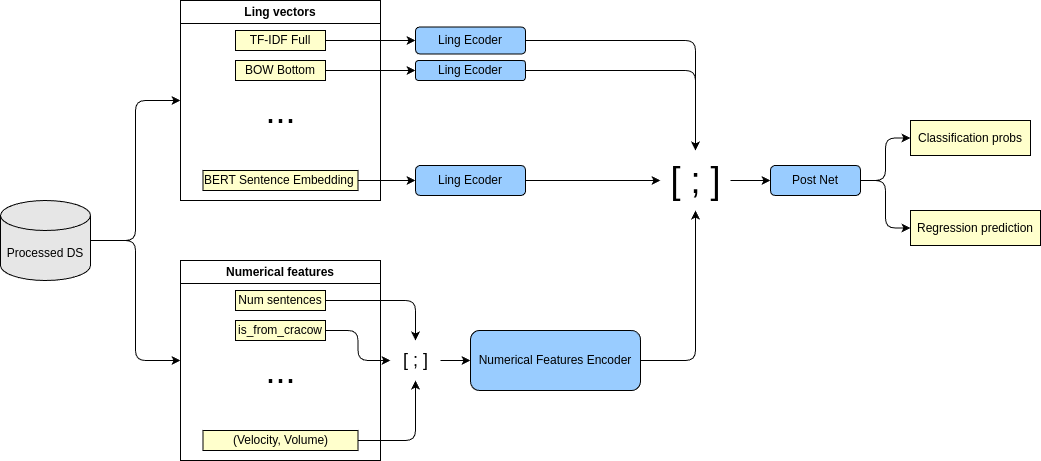
Before: doc/diagrams/system-overview.drawio.png, a diagram exported from draw.io (WiktorProsowicz/advanced-data-mining-project). Source tidied: cells renumbered, new cells last; positions are measured from the earlier drawing's top-left corner, leaving out a move shared by most shapes.
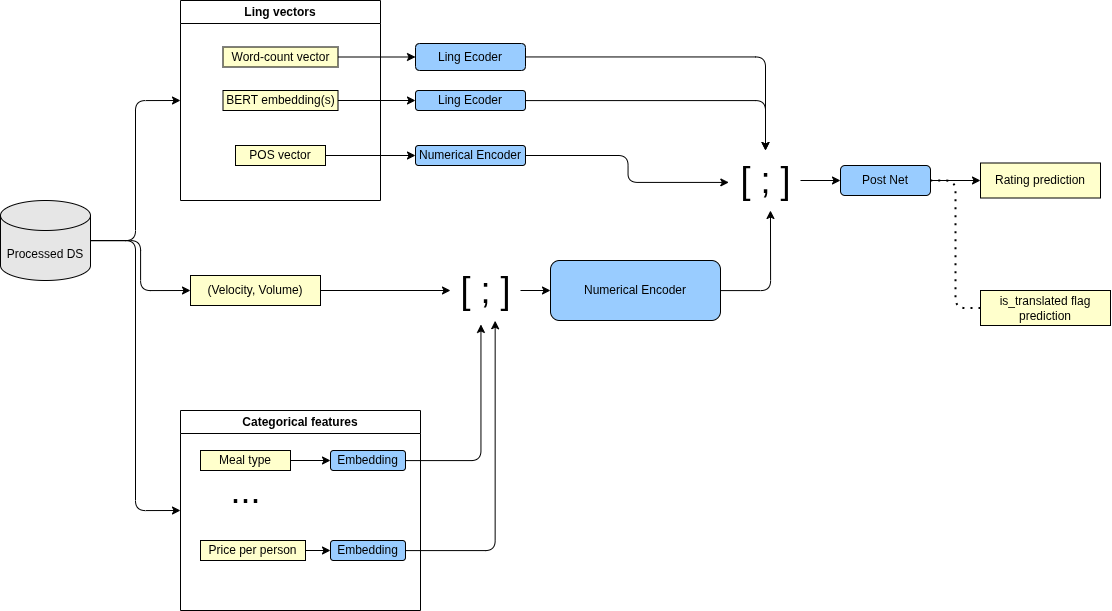
Above is the later version.

The edit, as a diff of the source:
```diff
@@ -8,107 +8,119 @@
     <mxCell id="3" style="edgeStyle=orthogonalEdgeStyle;html=1;entryX=0;entryY=0.5;entryDx=0;entryDy=0;" parent="1" edge="1" source="4" target="10">
       <mxGeometry relative="1" as="geometry" />
     </mxCell>
+    <mxCell id="38" style="edgeStyle=orthogonalEdgeStyle;html=1;entryX=0;entryY=0.5;entryDx=0;entryDy=0;" parent="1" edge="1" source="4" target="13">
+      <mxGeometry relative="1" as="geometry" />
+    </mxCell>
     <mxCell id="4" value="Processed DS" style="shape=cylinder3;whiteSpace=wrap;html=1;boundedLbl=1;backgroundOutline=1;size=15;fillColor=#E6E6E6;" parent="1" vertex="1">
       <mxGeometry y="200" width="90" height="80" as="geometry" />
     </mxCell>
     <mxCell id="5" value="Ling vectors" style="swimlane;whiteSpace=wrap;html=1;" parent="1" vertex="1">
       <mxGeometry x="180" width="200" height="200" as="geometry" />
     </mxCell>
-    <mxCell id="6" value="TF-IDF Full" style="rounded=0;whiteSpace=wrap;html=1;fillColor=#FFFFCC;" parent="5" vertex="1">
-      <mxGeometry x="55" y="30" width="90" height="20" as="geometry" />
+    <mxCell id="6" value="Word-count vector" style="rounded=0;whiteSpace=wrap;html=1;fillColor=#FFFFCC;" parent="5" vertex="1">
+      <mxGeometry x="42.5" y="46.5" width="115" height="20" as="geometry" />
     </mxCell>
-    <mxCell id="7" value="BOW Bottom" style="rounded=0;whiteSpace=wrap;html=1;fillColor=#FFFFCC;" parent="5" vertex="1">
-      <mxGeometry x="55" y="60" width="90" height="20" as="geometry" />
+    <mxCell id="7" value="BERT embedding(s)" style="rounded=0;whiteSpace=wrap;html=1;fillColor=#FFFFCC;" parent="5" vertex="1">
+      <mxGeometry x="42.5" y="90" width="115" height="20" as="geometry" />
     </mxCell>
-    <mxCell id="8" value="BERT Sentence Embedding&amp;nbsp;" style="rounded=0;whiteSpace=wrap;html=1;fillColor=#FFFFCC;" parent="5" vertex="1">
-      <mxGeometry x="22.5" y="170" width="155" height="20" as="geometry" />
-    </mxCell>
-    <mxCell id="9" value="&lt;font style=&quot;font-size: 36px;&quot;&gt;...&lt;/font&gt;" style="text;html=1;align=center;verticalAlign=middle;strokeColor=none;fillColor=none;" parent="5" vertex="1">
-      <mxGeometry x="75" y="80" width="50" height="60" as="geometry" />
-    </mxCell>
+    <mxCell id="39" value="POS vector" style="rounded=0;whiteSpace=wrap;html=1;fillColor=#FFFFCC;" parent="5" vertex="1">
+      <mxGeometry x="55" y="145" width="90" height="20" as="geometry" />
+    </mxCell>
-    <mxCell id="10" value="Numerical features" style="swimlane;whiteSpace=wrap;html=1;" parent="1" vertex="1">
-      <mxGeometry x="180" y="260" width="200" height="200" as="geometry" />
+    <mxCell id="10" value="Categorical features" style="swimlane;whiteSpace=wrap;html=1;" parent="1" vertex="1">
+      <mxGeometry x="180" y="410" width="240" height="200" as="geometry" />
     </mxCell>
-    <mxCell id="11" value="Num sentences" style="rounded=0;whiteSpace=wrap;html=1;fillColor=#FFFFCC;" parent="10" vertex="1">
-      <mxGeometry x="55" y="30" width="90" height="20" as="geometry" />
-    </mxCell>
-    <mxCell id="12" value="is_from_cracow" style="rounded=0;whiteSpace=wrap;html=1;fillColor=#FFFFCC;" parent="10" vertex="1">
-      <mxGeometry x="55" y="60" width="90" height="20" as="geometry" />
-    </mxCell>
-    <mxCell id="13" value="(Velocity, Volume)" style="rounded=0;whiteSpace=wrap;html=1;fillColor=#FFFFCC;" parent="10" vertex="1">
-      <mxGeometry x="22.5" y="170" width="155" height="20" as="geometry" />
-    </mxCell>
-    <mxCell id="14" value="&lt;font style=&quot;font-size: 36px;&quot;&gt;...&lt;/font&gt;" style="text;html=1;align=center;verticalAlign=middle;strokeColor=none;fillColor=none;" parent="10" vertex="1">
-      <mxGeometry x="75" y="80" width="50" height="60" as="geometry" />
-    </mxCell>
-    <mxCell id="15" style="edgeStyle=orthogonalEdgeStyle;html=1;" parent="1" edge="1" source="16" target="27">
-      <mxGeometry relative="1" as="geometry" />
-    </mxCell>
+    <mxCell id="40" style="edgeStyle=orthogonalEdgeStyle;html=1;entryX=0;entryY=0.5;entryDx=0;entryDy=0;" parent="10" edge="1" source="41" target="45">
+      <mxGeometry relative="1" as="geometry" />
+    </mxCell>
+    <mxCell id="41" value="Meal type" style="rounded=0;whiteSpace=wrap;html=1;fillColor=#FFFFCC;" parent="10" vertex="1">
+      <mxGeometry x="20" y="40" width="90" height="20" as="geometry" />
+    </mxCell>
+    <mxCell id="42" value="&lt;font style=&quot;font-size: 36px;&quot;&gt;...&lt;/font&gt;" style="text;html=1;align=center;verticalAlign=middle;strokeColor=none;fillColor=none;" parent="10" vertex="1">
+      <mxGeometry x="40" y="50" width="50" height="60" as="geometry" />
+    </mxCell>
+    <mxCell id="43" style="edgeStyle=orthogonalEdgeStyle;html=1;entryX=0;entryY=0.5;entryDx=0;entryDy=0;" parent="10" edge="1" source="44" target="46">
+      <mxGeometry relative="1" as="geometry" />
+    </mxCell>
+    <mxCell id="44" value="Price per person" style="rounded=0;whiteSpace=wrap;html=1;fillColor=#FFFFCC;" parent="10" vertex="1">
+      <mxGeometry x="20" y="130" width="105" height="20" as="geometry" />
+    </mxCell>
+    <mxCell id="45" value="Embedding" style="rounded=1;whiteSpace=wrap;html=1;fillColor=#99CCFF;" parent="10" vertex="1">
+      <mxGeometry x="150" y="40" width="75" height="20" as="geometry" />
+    </mxCell>
+    <mxCell id="46" value="Embedding" style="rounded=1;whiteSpace=wrap;html=1;fillColor=#99CCFF;" parent="10" vertex="1">
+      <mxGeometry x="150" y="130" width="75" height="20" as="geometry" />
+    </mxCell>
-    <mxCell id="16" value="Numerical Features Encoder" style="rounded=1;whiteSpace=wrap;html=1;fillColor=#99CCFF;" parent="1" vertex="1">
-      <mxGeometry x="470" y="330" width="170" height="60" as="geometry" />
+    <mxCell id="16" value="Numerical Encoder" style="rounded=1;whiteSpace=wrap;html=1;fillColor=#99CCFF;" parent="1" vertex="1">
+      <mxGeometry x="550" y="260" width="170" height="60" as="geometry" />
     </mxCell>
     <mxCell id="17" style="edgeStyle=orthogonalEdgeStyle;html=1;" parent="1" edge="1" source="18" target="27">
       <mxGeometry relative="1" as="geometry" />
     </mxCell>
     <mxCell id="18" value="Ling Ecoder" style="rounded=1;whiteSpace=wrap;html=1;fillColor=#99CCFF;" parent="1" vertex="1">
-      <mxGeometry x="415" y="26.5" width="110" height="27" as="geometry" />
+      <mxGeometry x="415" y="43" width="110" height="27" as="geometry" />
     </mxCell>
     <mxCell id="19" style="edgeStyle=orthogonalEdgeStyle;html=1;" parent="1" edge="1" source="20" target="27">
       <mxGeometry relative="1" as="geometry" />
     </mxCell>
     <mxCell id="20" value="Ling Ecoder" style="rounded=1;whiteSpace=wrap;html=1;fillColor=#99CCFF;" parent="1" vertex="1">
-      <mxGeometry x="415" y="60" width="110" height="20" as="geometry" />
+      <mxGeometry x="415" y="90" width="110" height="20" as="geometry" />
     </mxCell>
-    <mxCell id="21" style="edgeStyle=orthogonalEdgeStyle;html=1;" parent="1" edge="1" source="22" target="27">
-      <mxGeometry relative="1" as="geometry" />
-    </mxCell>
-    <mxCell id="22" value="Ling Ecoder" style="rounded=1;whiteSpace=wrap;html=1;fillColor=#99CCFF;" parent="1" vertex="1">
-      <mxGeometry x="415" y="165" width="110" height="30" as="geometry" />
-    </mxCell>
     <mxCell id="23" style="edgeStyle=none;html=1;entryX=0;entryY=0.5;entryDx=0;entryDy=0;" parent="1" edge="1" source="7" target="20">
       <mxGeometry relative="1" as="geometry" />
     </mxCell>
     <mxCell id="24" style="edgeStyle=none;html=1;entryX=0;entryY=0.5;entryDx=0;entryDy=0;" parent="1" edge="1" source="6" target="18">
       <mxGeometry relative="1" as="geometry" />
     </mxCell>
-    <mxCell id="25" style="edgeStyle=none;html=1;entryX=0;entryY=0.5;entryDx=0;entryDy=0;" parent="1" edge="1" source="8" target="22">
-      <mxGeometry relative="1" as="geometry" />
-    </mxCell>
     <mxCell id="26" style="edgeStyle=orthogonalEdgeStyle;html=1;entryX=0;entryY=0.5;entryDx=0;entryDy=0;" parent="1" edge="1" source="27" target="30">
       <mxGeometry relative="1" as="geometry" />
     </mxCell>
     <mxCell id="27" value="&lt;font style=&quot;font-size: 36px;&quot;&gt;[ ; ]&lt;/font&gt;" style="text;html=1;align=center;verticalAlign=middle;points=[];strokeColor=none;fillColor=none;" parent="1" vertex="1">
-      <mxGeometry x="660" y="150" width="70" height="60" as="geometry" />
+      <mxGeometry x="730" y="150" width="70" height="60" as="geometry" />
     </mxCell>
-    <mxCell id="28" style="edgeStyle=orthogonalEdgeStyle;html=1;entryX=0;entryY=0.5;entryDx=0;entryDy=0;" parent="1" edge="1" source="30" target="32">
-      <mxGeometry relative="1" as="geometry" />
-    </mxCell>
     <mxCell id="29" style="edgeStyle=orthogonalEdgeStyle;html=1;entryX=0;entryY=0.5;entryDx=0;entryDy=0;" parent="1" edge="1" source="30" target="31">
       <mxGeometry relative="1" as="geometry" />
     </mxCell>
     <mxCell id="30" value="Post Net" style="rounded=1;whiteSpace=wrap;html=1;fillColor=#99CCFF;" parent="1" vertex="1">
-      <mxGeometry x="770" y="165" width="90" height="30" as="geometry" />
+      <mxGeometry x="840" y="165" width="90" height="30" as="geometry" />
     </mxCell>
-    <mxCell id="31" value="Classification probs" style="rounded=0;whiteSpace=wrap;html=1;fillColor=#FFFFCC;" parent="1" vertex="1">
-      <mxGeometry x="910" y="120" width="120" height="35" as="geometry" />
+    <mxCell id="31" value="Rating prediction" style="rounded=0;whiteSpace=wrap;html=1;fillColor=#FFFFCC;" parent="1" vertex="1">
+      <mxGeometry x="980" y="162.5" width="120" height="35" as="geometry" />
     </mxCell>
-    <mxCell id="32" value="Regression prediction" style="rounded=0;whiteSpace=wrap;html=1;fillColor=#FFFFCC;" parent="1" vertex="1">
-      <mxGeometry x="910" y="210" width="130" height="35" as="geometry" />
+    <mxCell id="32" value="is_translated flag prediction" style="rounded=0;whiteSpace=wrap;html=1;fillColor=#FFFFCC;" parent="1" vertex="1">
+      <mxGeometry x="980" y="290" width="130" height="35" as="geometry" />
     </mxCell>
+    <mxCell id="47" value="Numerical Encoder" style="rounded=1;whiteSpace=wrap;html=1;fillColor=#99CCFF;" parent="1" vertex="1">
+      <mxGeometry x="415" y="145" width="110" height="20" as="geometry" />
+    </mxCell>
+    <mxCell id="48" style="edgeStyle=none;html=1;entryX=0;entryY=0.5;entryDx=0;entryDy=0;" parent="1" edge="1" source="39" target="47">
+      <mxGeometry relative="1" as="geometry" />
+    </mxCell>
+    <mxCell id="49" style="edgeStyle=orthogonalEdgeStyle;html=1;entryX=-0.024;entryY=0.532;entryDx=0;entryDy=0;entryPerimeter=0;" parent="1" edge="1" source="47" target="27">
+      <mxGeometry relative="1" as="geometry" />
+    </mxCell>
+    <mxCell id="37" style="edgeStyle=orthogonalEdgeStyle;html=1;" parent="1" edge="1" source="13" target="34">
+      <mxGeometry relative="1" as="geometry" />
+    </mxCell>
+    <mxCell id="13" value="(Velocity, Volume)" style="rounded=0;whiteSpace=wrap;html=1;fillColor=#FFFFCC;" parent="1" vertex="1">
+      <mxGeometry x="190" y="275" width="130" height="30" as="geometry" />
+    </mxCell>
-    <mxCell id="33" style="edgeStyle=none;html=1;entryX=0;entryY=0.5;entryDx=0;entryDy=0;" parent="1" edge="1" source="34" target="16">
+    <mxCell id="33" style="edgeStyle=orthogonalEdgeStyle;html=1;entryX=0;entryY=0.5;entryDx=0;entryDy=0;" parent="1" edge="1" source="34" target="16">
       <mxGeometry relative="1" as="geometry" />
     </mxCell>
-    <mxCell id="34" value="&lt;font style=&quot;font-size: 18px;&quot;&gt;[ ; ]&lt;/font&gt;" style="text;html=1;align=center;verticalAlign=middle;points=[];strokeColor=none;fillColor=none;" parent="1" vertex="1">
-      <mxGeometry x="390" y="340" width="50" height="40" as="geometry" />
+    <mxCell id="34" value="&lt;font style=&quot;font-size: 36px;&quot;&gt;[ ; ]&lt;/font&gt;" style="text;html=1;align=center;verticalAlign=middle;points=[];strokeColor=none;fillColor=none;" parent="1" vertex="1">
+      <mxGeometry x="450" y="260" width="70" height="60" as="geometry" />
     </mxCell>
-    <mxCell id="35" style="edgeStyle=orthogonalEdgeStyle;html=1;" parent="1" edge="1" source="11" target="34">
-      <mxGeometry relative="1" as="geometry" />
-    </mxCell>
-    <mxCell id="36" style="edgeStyle=orthogonalEdgeStyle;html=1;" parent="1" edge="1" source="12" target="34">
-      <mxGeometry relative="1" as="geometry" />
-    </mxCell>
-    <mxCell id="37" style="edgeStyle=orthogonalEdgeStyle;html=1;" parent="1" edge="1" source="13" target="34">
-      <mxGeometry relative="1" as="geometry" />
-    </mxCell>
+    <mxCell id="15" style="edgeStyle=orthogonalEdgeStyle;html=1;entryX=0.571;entryY=1;entryDx=0;entryDy=0;entryPerimeter=0;" parent="1" edge="1" source="16" target="27">
+      <mxGeometry relative="1" as="geometry" />
+    </mxCell>
+    <mxCell id="50" style="edgeStyle=orthogonalEdgeStyle;html=1;entryX=0.435;entryY=1.066;entryDx=0;entryDy=0;entryPerimeter=0;" parent="1" edge="1" source="45" target="34">
+      <mxGeometry relative="1" as="geometry" />
+    </mxCell>
+    <mxCell id="51" style="edgeStyle=orthogonalEdgeStyle;html=1;entryX=0.638;entryY=1.004;entryDx=0;entryDy=0;entryPerimeter=0;" parent="1" edge="1" source="46" target="34">
+      <mxGeometry relative="1" as="geometry" />
+    </mxCell>
+    <mxCell id="52" style="endArrow=none;dashed=1;html=1;dashPattern=1 3;strokeWidth=2;edgeStyle=orthogonalEdgeStyle;entryX=1;entryY=0.5;entryDx=0;entryDy=0;exitX=0;exitY=0.5;exitDx=0;exitDy=0;" parent="1" edge="1" source="32" target="30">
+      <mxGeometry relative="1" as="geometry" />
+    </mxCell>
   </root>
 </mxGraphModel>
```
